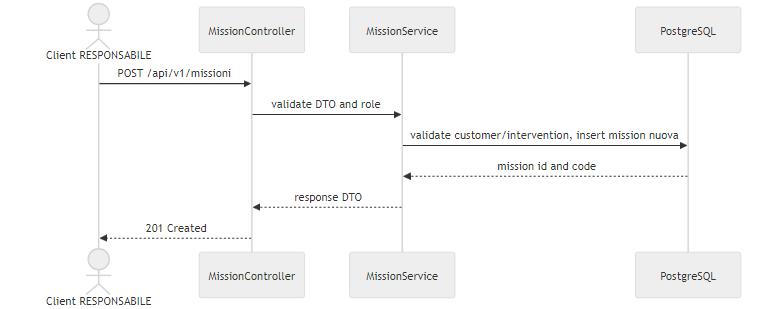
coluccimarco/fornitori-soccorso keeps this Mermaid diagram as docs/diagrams/rendered/mission_create_sequence.png. Above is the earlier version. Its source is kept beside it as docs/diagrams/mission_create_sequence.mmd.
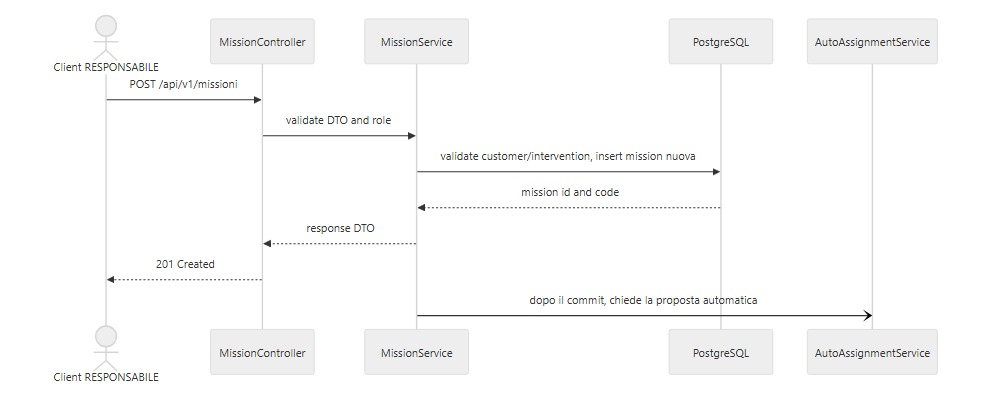
After the commit.

Diff of the diagram source:
```diff
@@ -3,9 +3,11 @@
     participant API as MissionController
     participant Service as MissionService
     participant DB as PostgreSQL
+    participant Auto as AutoAssignmentService
     Centrale->>API: POST /api/v1/missioni
     API->>Service: validate DTO and role
     Service->>DB: validate customer/intervention, insert mission nuova
     DB-->>Service: mission id and code
     Service-->>API: response DTO
     API-->>Centrale: 201 Created
+    Service-)Auto: dopo il commit, chiede la proposta automatica
```
